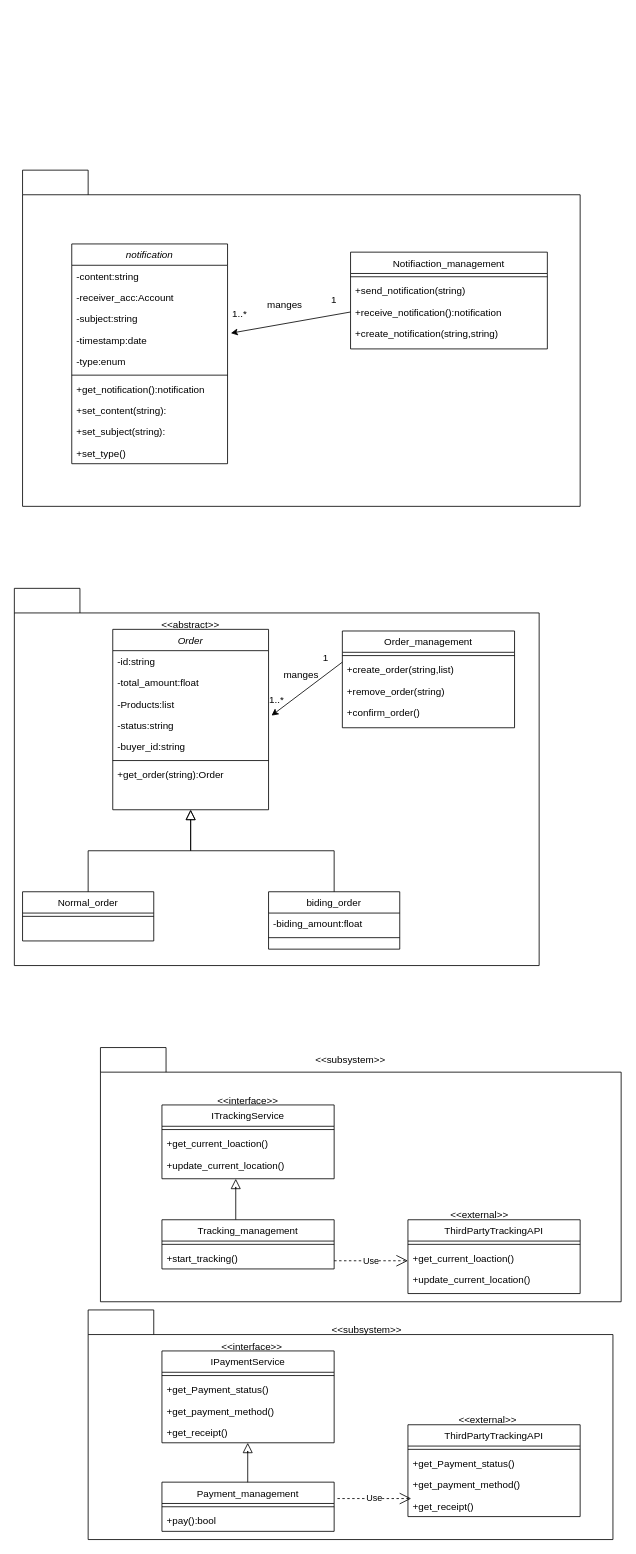
Earlier version of the draw.io diagram classdiagram/class.drawio (alibedair/Graduation-Project). Source tidied: cells renumbered, new cells numbered last; positions are measured from the earlier drawing's top-left corner, leaving out a move shared by most shapes. Both pictures are drawn from the tidied source at 82%, with x=0, y=0 at pixel (14, 170).
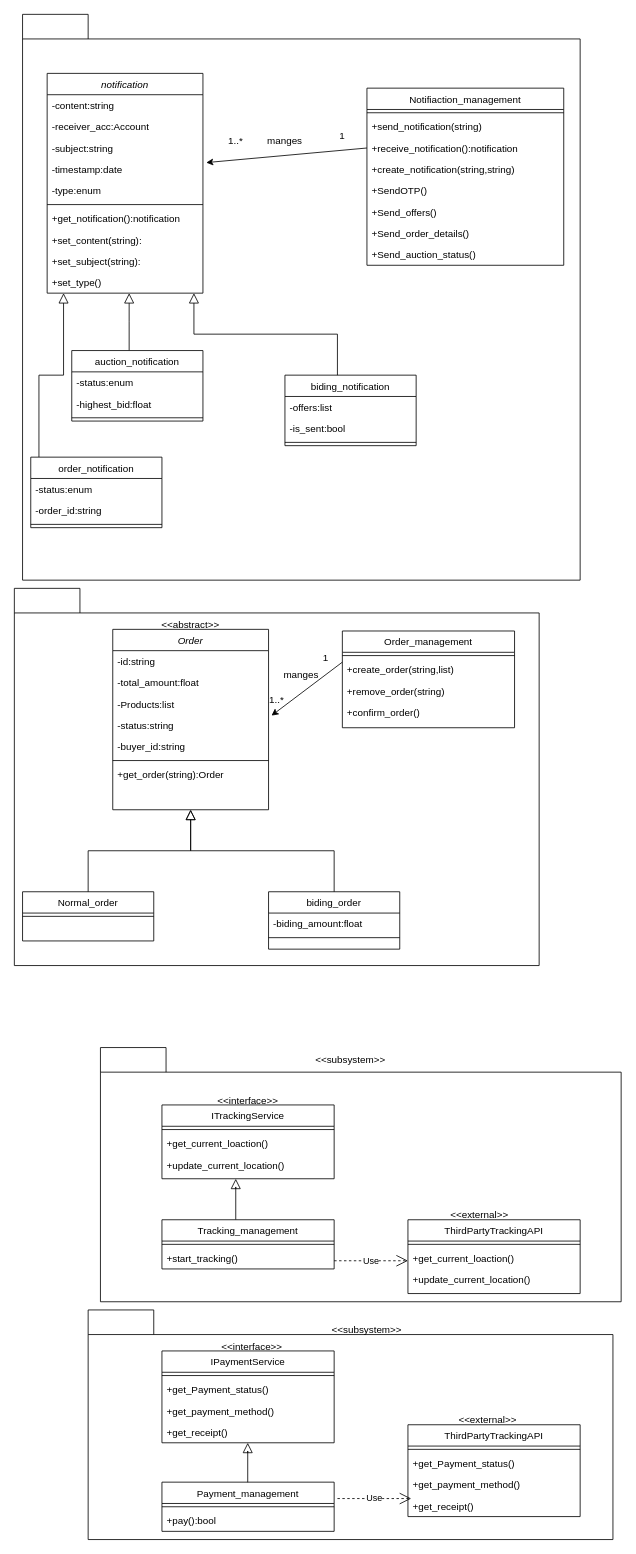
After the change.

The edit, as a diff of the source:
```diff
@@
     <mxCell id="2" style="shape=folder;fontStyle=1;tabWidth=80;tabHeight=30;tabPosition=left;html=1;boundedLbl=1;whiteSpace=wrap;" parent="1" vertex="1">
-      <mxGeometry x="10" width="680" height="410" as="geometry" />
+      <mxGeometry x="10" y="-190" width="680" height="690" as="geometry" />
     </mxCell>
@@
     <mxCell id="65" value="notification" style="swimlane;fontStyle=2;align=center;verticalAlign=top;horizontal=1;startSize=26;rounded=0;shadow=0;strokeWidth=1;" parent="1" vertex="1">
-      <mxGeometry x="70" y="90" width="190" height="268" as="geometry" />
+      <mxGeometry x="40" y="-118" width="190" height="268" as="geometry" />
     </mxCell>
@@
     <mxCell id="76" value="Notifiaction_management" style="swimlane;fontStyle=0;align=center;verticalAlign=top;horizontal=1;startSize=26;rounded=0;shadow=0;strokeWidth=1;" parent="1" vertex="1">
-      <mxGeometry x="410" y="100" width="240" height="118" as="geometry" />
+      <mxGeometry x="430" y="-100" width="240" height="216" as="geometry" />
     </mxCell>
@@
+    <mxCell id="85" value="+SendOTP()" style="text;align=left;verticalAlign=top;spacingLeft=4;spacingRight=4;overflow=hidden;" parent="76" vertex="1">
+      <mxGeometry y="112" width="240" height="26" as="geometry" />
+    </mxCell>
+    <mxCell id="86" value="+Send_offers()" style="text;align=left;verticalAlign=top;spacingLeft=4;spacingRight=4;overflow=hidden;" parent="76" vertex="1">
+      <mxGeometry y="138" width="240" height="26" as="geometry" />
+    </mxCell>
+    <mxCell id="87" value="+Send_order_details()" style="text;align=left;verticalAlign=top;spacingLeft=4;spacingRight=4;overflow=hidden;" parent="76" vertex="1">
+      <mxGeometry y="164" width="240" height="26" as="geometry" />
+    </mxCell>
+    <mxCell id="88" value="+Send_auction_status()" style="text;align=left;verticalAlign=top;spacingLeft=4;spacingRight=4;overflow=hidden;" parent="76" vertex="1">
+      <mxGeometry y="190" width="240" height="26" as="geometry" />
+    </mxCell>
     <mxCell id="81" value="manges" style="text;html=1;align=center;verticalAlign=middle;whiteSpace=wrap;rounded=0;" parent="1" vertex="1">
-      <mxGeometry x="300" y="150" width="60" height="30" as="geometry" />
+      <mxGeometry x="300" y="-50" width="60" height="30" as="geometry" />
     </mxCell>
@@
     <mxCell id="83" value="1" style="text;html=1;align=center;verticalAlign=middle;whiteSpace=wrap;rounded=0;" parent="1" vertex="1">
-      <mxGeometry x="360" y="144" width="60" height="30" as="geometry" />
+      <mxGeometry x="370" y="-56" width="60" height="30" as="geometry" />
     </mxCell>
     <mxCell id="84" value="1..*" style="text;html=1;align=center;verticalAlign=middle;whiteSpace=wrap;rounded=0;" parent="1" vertex="1">
-      <mxGeometry x="245" y="160" width="60" height="30" as="geometry" />
+      <mxGeometry x="240" y="-50" width="60" height="30" as="geometry" />
     </mxCell>
+    <mxCell id="89" value="biding_notification" style="swimlane;fontStyle=0;align=center;verticalAlign=top;horizontal=1;startSize=26;rounded=0;shadow=0;strokeWidth=1;" parent="1" vertex="1">
+      <mxGeometry x="330" y="250" width="160" height="86" as="geometry" />
+    </mxCell>
+    <mxCell id="90" value="-offers:list" style="text;align=left;verticalAlign=top;spacingLeft=4;spacingRight=4;overflow=hidden;" parent="89" vertex="1">
+      <mxGeometry y="26" width="160" height="26" as="geometry" />
+    </mxCell>
+    <mxCell id="91" value="-is_sent:bool" style="text;align=left;verticalAlign=top;spacingLeft=4;spacingRight=4;overflow=hidden;" parent="89" vertex="1">
+      <mxGeometry y="52" width="160" height="26" as="geometry" />
+    </mxCell>
+    <mxCell id="92" style="line;html=1;strokeWidth=1;align=left;verticalAlign=middle;spacingTop=-1;spacingLeft=3;spacingRight=3;labelPosition=right;" parent="89" vertex="1">
+      <mxGeometry y="78" width="160" height="8" as="geometry" />
+    </mxCell>
+    <mxCell id="93" style="endArrow=block;endSize=10;endFill=0;shadow=0;strokeWidth=1;rounded=0;curved=0;edgeStyle=elbowEdgeStyle;elbow=vertical;" parent="1" edge="1">
+      <mxGeometry relative="1" as="geometry">
+        <mxPoint x="394" y="250" as="sourcePoint" />
+        <mxPoint x="219" y="150" as="targetPoint" />
+      </mxGeometry>
+    </mxCell>
+    <mxCell id="94" style="endArrow=block;endSize=10;endFill=0;shadow=0;strokeWidth=1;rounded=0;curved=0;edgeStyle=elbowEdgeStyle;elbow=vertical;" parent="1" edge="1">
+      <mxGeometry relative="1" as="geometry">
+        <mxPoint x="140" y="220" as="sourcePoint" />
+        <mxPoint x="140" y="150" as="targetPoint" />
+      </mxGeometry>
+    </mxCell>
+    <mxCell id="95" value="auction_notification" style="swimlane;fontStyle=0;align=center;verticalAlign=top;horizontal=1;startSize=26;rounded=0;shadow=0;strokeWidth=1;" parent="1" vertex="1">
+      <mxGeometry x="70" y="220" width="160" height="86" as="geometry" />
+    </mxCell>
+    <mxCell id="96" value="-status:enum" style="text;align=left;verticalAlign=top;spacingLeft=4;spacingRight=4;overflow=hidden;" parent="95" vertex="1">
+      <mxGeometry y="26" width="160" height="26" as="geometry" />
+    </mxCell>
+    <mxCell id="97" value="-highest_bid:float" style="text;align=left;verticalAlign=top;spacingLeft=4;spacingRight=4;overflow=hidden;" parent="95" vertex="1">
+      <mxGeometry y="52" width="160" height="26" as="geometry" />
+    </mxCell>
+    <mxCell id="98" style="line;html=1;strokeWidth=1;align=left;verticalAlign=middle;spacingTop=-1;spacingLeft=3;spacingRight=3;labelPosition=right;" parent="95" vertex="1">
+      <mxGeometry y="78" width="160" height="8" as="geometry" />
+    </mxCell>
+    <mxCell id="99" style="endArrow=block;endSize=10;endFill=0;shadow=0;strokeWidth=1;rounded=0;curved=0;edgeStyle=elbowEdgeStyle;elbow=vertical;" parent="1" edge="1">
+      <mxGeometry relative="1" as="geometry">
+        <mxPoint x="30" y="350" as="sourcePoint" />
+        <mxPoint x="60" y="150" as="targetPoint" />
+      </mxGeometry>
+    </mxCell>
+    <mxCell id="100" value="order_notification" style="swimlane;fontStyle=0;align=center;verticalAlign=top;horizontal=1;startSize=26;rounded=0;shadow=0;strokeWidth=1;" parent="1" vertex="1">
+      <mxGeometry x="20" y="350" width="160" height="86" as="geometry" />
+    </mxCell>
+    <mxCell id="101" value="-status:enum" style="text;align=left;verticalAlign=top;spacingLeft=4;spacingRight=4;overflow=hidden;" parent="100" vertex="1">
+      <mxGeometry y="26" width="160" height="26" as="geometry" />
+    </mxCell>
+    <mxCell id="102" value="-order_id:string" style="text;align=left;verticalAlign=top;spacingLeft=4;spacingRight=4;overflow=hidden;" parent="100" vertex="1">
+      <mxGeometry y="52" width="160" height="26" as="geometry" />
+    </mxCell>
+    <mxCell id="103" style="line;html=1;strokeWidth=1;align=left;verticalAlign=middle;spacingTop=-1;spacingLeft=3;spacingRight=3;labelPosition=right;" parent="100" vertex="1">
+      <mxGeometry y="78" width="160" height="8" as="geometry" />
+    </mxCell>
```
